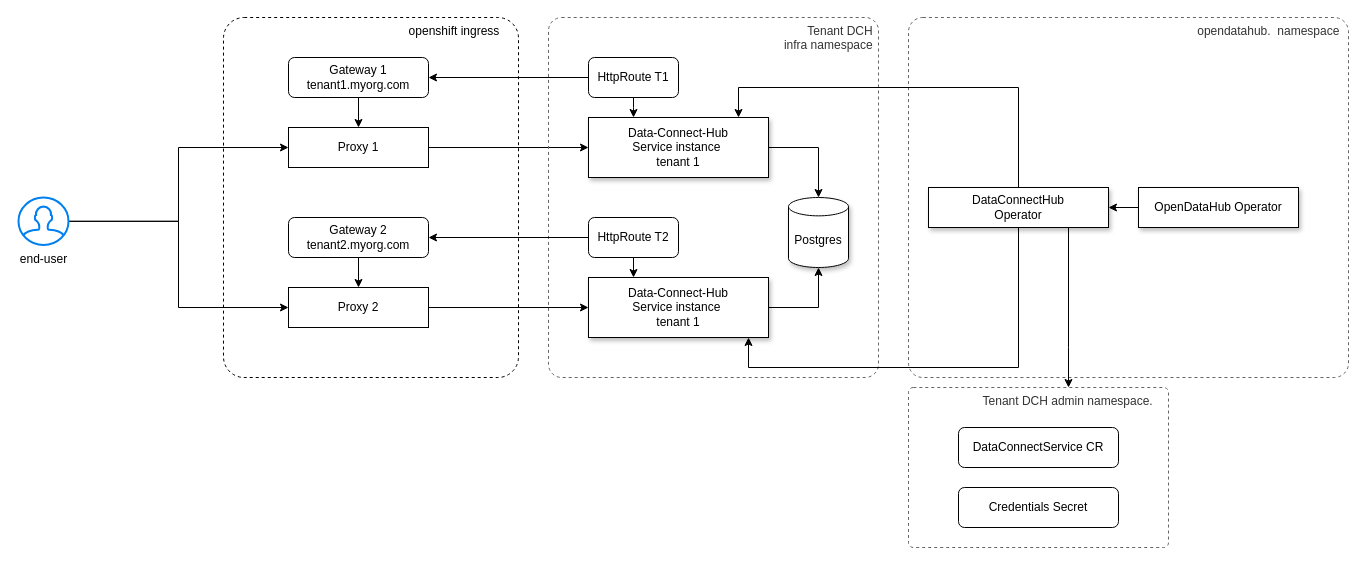
Above: page "hard-tenancy" (3 of 5) of architecture-decision-records/data-connect-hub/diagrams/Connections.drawio in opendatahub-io/architecture-decision-records (draw.io), before the change. Source tidied: cells renumbered, new cells numbered last; positions are measured from the earlier drawing's top-left corner, leaving out a move shared by most shapes. Both pictures are drawn from the tidied source at 100%, with x=0, y=0 at pixel (18, 17).
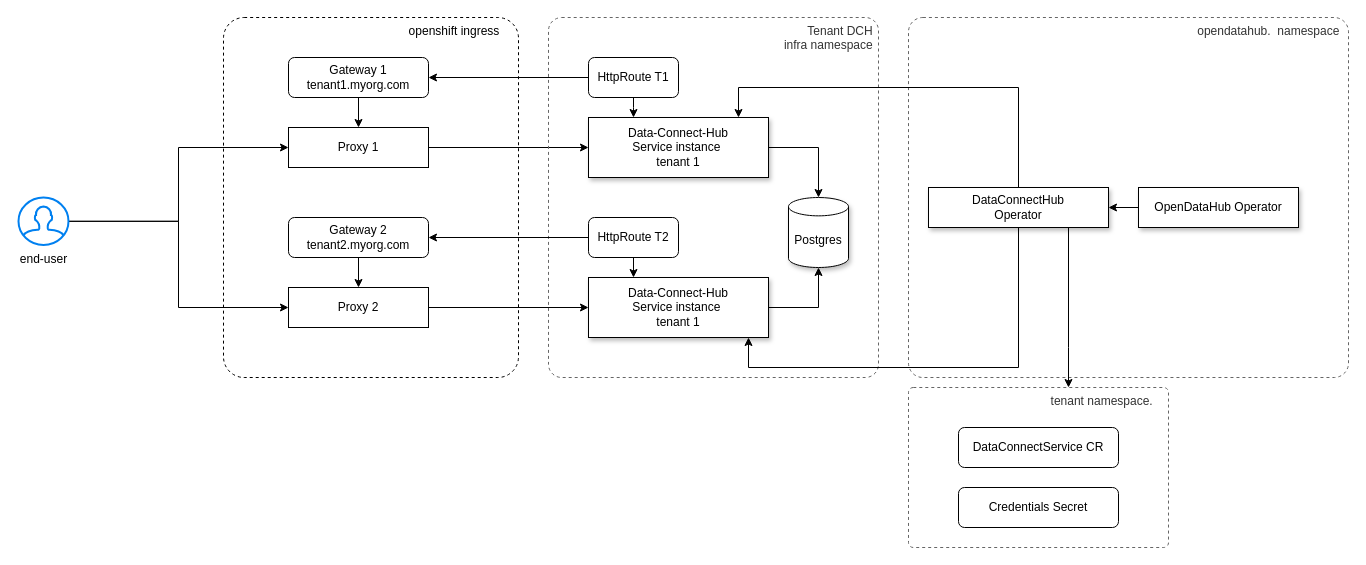
The same page after the edit.

Change to the diagram source:
```diff
@@
-    <mxCell id="33" value="Tenant DCH admin namespace.&amp;nbsp; &amp;nbsp;&amp;nbsp;" style="rounded=1;whiteSpace=wrap;html=1;verticalAlign=top;align=right;dashed=1;arcSize=3;fillColor=none;fontColor=#333333;strokeColor=#666666;strokeWidth=1;" parent="1" vertex="1">
+    <mxCell id="33" value="tenant namespace.&amp;nbsp; &amp;nbsp;&amp;nbsp;" style="rounded=1;whiteSpace=wrap;html=1;verticalAlign=top;align=right;dashed=1;arcSize=3;fillColor=none;fontColor=#333333;strokeColor=#666666;strokeWidth=1;" parent="1" vertex="1">
       <mxGeometry x="890" y="370" width="260" height="160" as="geometry" />
     </mxCell>
```
